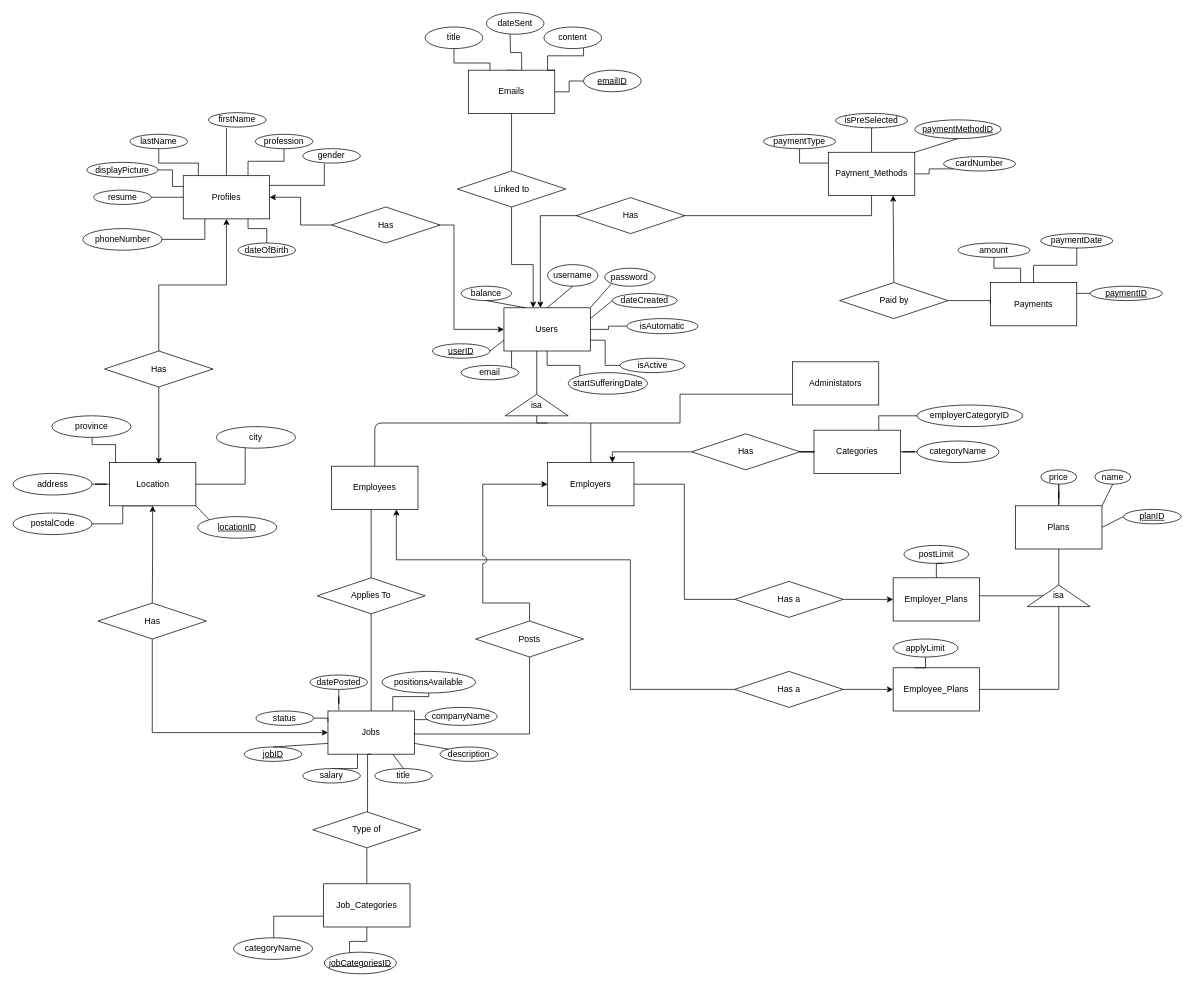
Before: docs/comp-353-project-ER.drawio in gordonpn/web-career-portal-clone, a draw.io diagram. Source tidied: cells renumbered, new cells numbered last; positions are measured from the earlier drawing's top-left corner, leaving out a move shared by most shapes. Both pictures are drawn from the tidied source at 72%, with x=0, y=0 at pixel (13, 12).
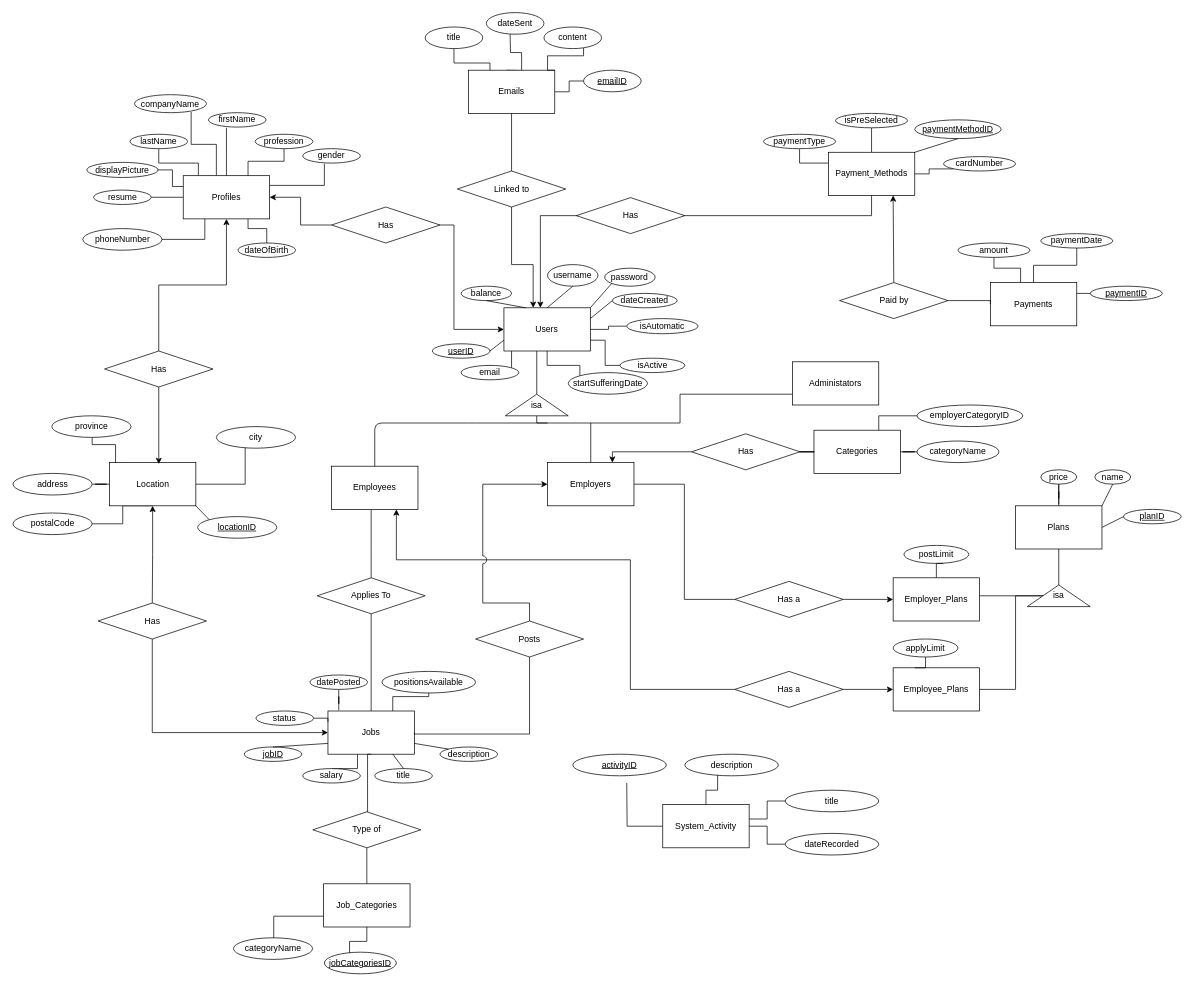
Above is the later version.

Commit message:
Add System_Activity and change companyName to Profile in ER diagram

The change refers to these unchanged cells:
```xml
<mxCell id="31" value="Jobs" style="rounded=0;whiteSpace=wrap;html=1;" parent="1" vertex="1">
  <mxGeometry x="437" y="970" width="120" height="60" as="geometry" />
</mxCell>
<mxCell id="53" value="Profiles" style="rounded=0;whiteSpace=wrap;html=1;" parent="1" vertex="1">
  <mxGeometry x="236" y="226.5" width="120" height="60" as="geometry" />
</mxCell>
<mxCell id="75" value="Employee_Plans" style="rounded=0;whiteSpace=wrap;html=1;" parent="1" vertex="1">
  <mxGeometry x="1222" y="910" width="120" height="60" as="geometry" />
</mxCell>
<mxCell id="78" value="isa" style="triangle;whiteSpace=wrap;html=1;direction=north;" parent="1" vertex="1">
  <mxGeometry x="1408.2" y="795" width="87.5" height="30" as="geometry" />
</mxCell>
```

What changed in the source:
```diff
@@
-    <mxCell id="29" style="edgeStyle=orthogonalEdgeStyle;rounded=0;jettySize=auto;html=1;entryX=0;entryY=1;entryDx=0;entryDy=0;startArrow=none;startFill=0;endArrow=none;endFill=0;" parent="1" edge="1" source="31" target="143">
-      <mxGeometry relative="1" as="geometry">
-        <Array as="points">
-          <mxPoint x="572" y="982" />
-          <mxPoint x="572" y="982" />
-        </Array>
-      </mxGeometry>
-    </mxCell>
@@
+    <mxCell id="167" style="edgeStyle=orthogonalEdgeStyle;rounded=0;jettySize=auto;html=1;entryX=0.787;entryY=0.96;entryDx=0;entryDy=0;entryPerimeter=0;endArrow=none;endFill=0;" parent="1" edge="1" source="53" target="143">
+      <mxGeometry relative="1" as="geometry">
+        <Array as="points">
+          <mxPoint x="282" y="183" />
+          <mxPoint x="247" y="183" />
+        </Array>
+      </mxGeometry>
+    </mxCell>
@@
-    <mxCell id="77" style="edgeStyle=orthogonalEdgeStyle;rounded=0;jumpStyle=arc;jumpSize=14;jettySize=auto;html=1;startArrow=none;startFill=0;endArrow=none;endFill=0;" parent="1" edge="1" source="78" target="75">
+    <mxCell id="77" style="edgeStyle=orthogonalEdgeStyle;rounded=0;jumpStyle=arc;jumpSize=14;jettySize=auto;html=1;startArrow=none;startFill=0;endArrow=none;endFill=0;" parent="1" edge="1" source="78">
       <mxGeometry relative="1" as="geometry">
+        <mxPoint x="1342" y="940" as="targetPoint" />
         <Array as="points">
-          <mxPoint x="1252" y="940" />
+          <mxPoint x="1392" y="810" />
+          <mxPoint x="1392" y="940" />
         </Array>
       </mxGeometry>
     </mxCell>
@@
-    <mxCell id="143" value="companyName" style="ellipse;whiteSpace=wrap;html=1;" parent="1" vertex="1">
-      <mxGeometry x="572" y="965" width="100" height="25" as="geometry" />
-    </mxCell>
@@
+    <mxCell id="143" value="companyName" style="ellipse;whiteSpace=wrap;html=1;" parent="1" vertex="1">
+      <mxGeometry x="168.3" y="114" width="100" height="25" as="geometry" />
+    </mxCell>
+    <mxCell id="168" style="edgeStyle=orthogonalEdgeStyle;rounded=0;jettySize=auto;html=1;endArrow=none;endFill=0;" parent="1" edge="1" source="172" target="176">
+      <mxGeometry relative="1" as="geometry" />
+    </mxCell>
+    <mxCell id="169" style="edgeStyle=orthogonalEdgeStyle;rounded=0;jettySize=auto;html=1;endArrow=none;endFill=0;" parent="1" edge="1" source="172" target="175">
+      <mxGeometry relative="1" as="geometry">
+        <Array as="points">
+          <mxPoint x="1047" y="1120" />
+          <mxPoint x="1047" y="1095" />
+        </Array>
+      </mxGeometry>
+    </mxCell>
+    <mxCell id="170" style="edgeStyle=orthogonalEdgeStyle;rounded=0;jettySize=auto;html=1;entryX=0.351;entryY=0.961;entryDx=0;entryDy=0;entryPerimeter=0;endArrow=none;endFill=0;" parent="1" edge="1" source="172" target="174">
+      <mxGeometry relative="1" as="geometry" />
+    </mxCell>
+    <mxCell id="171" style="edgeStyle=orthogonalEdgeStyle;rounded=0;jettySize=auto;html=1;endArrow=none;endFill=0;" parent="1" edge="1" source="172">
+      <mxGeometry relative="1" as="geometry">
+        <mxPoint x="852" y="1070" as="targetPoint" />
+      </mxGeometry>
+    </mxCell>
+    <mxCell id="172" value="System_Activity" style="rounded=0;whiteSpace=wrap;html=1;" parent="1" vertex="1">
+      <mxGeometry x="902" y="1100" width="120" height="60" as="geometry" />
+    </mxCell>
+    <mxCell id="173" value="&lt;u&gt;activityID&lt;/u&gt;" style="ellipse;whiteSpace=wrap;html=1;" parent="1" vertex="1">
+      <mxGeometry x="777" y="1030" width="130" height="30" as="geometry" />
+    </mxCell>
+    <mxCell id="174" value="description" style="ellipse;whiteSpace=wrap;html=1;" parent="1" vertex="1">
+      <mxGeometry x="932.6" y="1030" width="130" height="30" as="geometry" />
+    </mxCell>
+    <mxCell id="175" value="title" style="ellipse;whiteSpace=wrap;html=1;" parent="1" vertex="1">
+      <mxGeometry x="1072" y="1080" width="130" height="30" as="geometry" />
+    </mxCell>
+    <mxCell id="176" value="dateRecorded" style="ellipse;whiteSpace=wrap;html=1;" parent="1" vertex="1">
+      <mxGeometry x="1072" y="1140" width="130" height="30" as="geometry" />
+    </mxCell>
```
